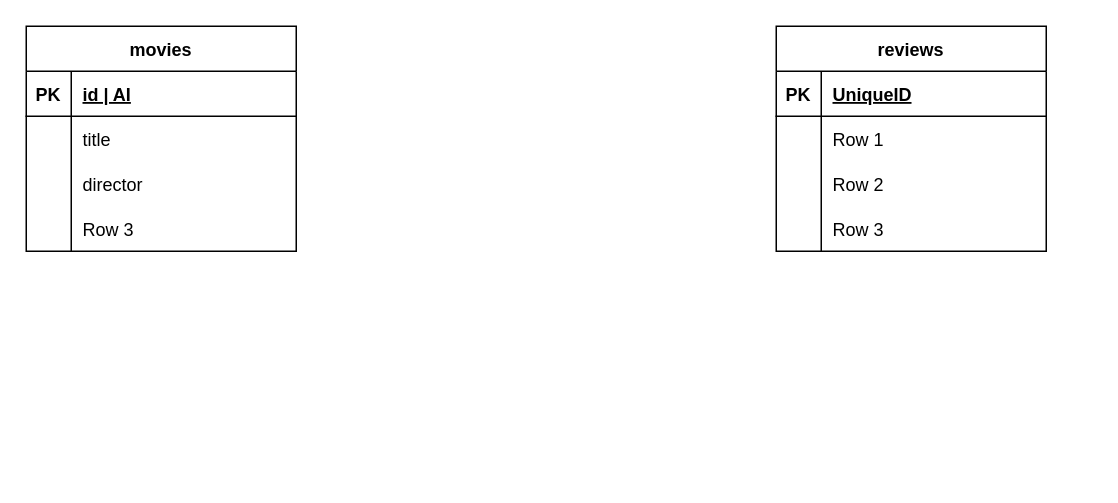
Alberto-Monaco/webapp-express keeps this draw.io diagram as schema.drawio. Above is the earlier version. Source tidied: cells renumbered, new cells numbered last; positions are measured from the earlier drawing's top-left corner, leaving out a move shared by most shapes. Both pictures are drawn from the tidied source at 150%, with x=0, y=0 at pixel (26, 26).
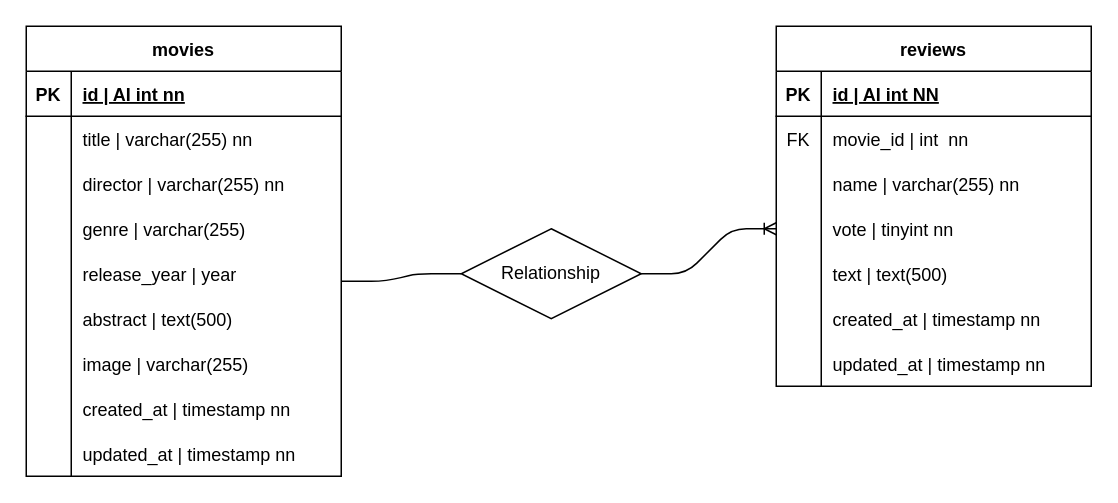
The same diagram, later.

Commit message (it also covers changes not shown here):
complete schema and add html with image

The edit, as a diff of the source:
```diff
@@
     <mxCell id="2" value="movies" style="shape=table;startSize=30;childLayout=tableLayout;rowLines=0;fontStyle=1;align=center;" parent="1" vertex="1">
-      <mxGeometry width="180" height="150" as="geometry" />
+      <mxGeometry width="210" height="300" as="geometry" />
     </mxCell>
     <mxCell id="3" style="shape=tableRow;horizontal=0;startSize=0;swimlaneHead=0;swimlaneBody=0;fillColor=none;top=0;left=0;right=0;bottom=1;" parent="2" vertex="1">
-      <mxGeometry y="30" width="180" height="30" as="geometry" />
+      <mxGeometry y="30" width="210" height="30" as="geometry" />
     </mxCell>
@@
-    <mxCell id="5" value="id | AI" style="shape=partialRectangle;fillColor=none;top=0;left=0;bottom=0;right=0;align=left;spacingLeft=6;fontStyle=5;overflow=hidden;" parent="3" vertex="1">
-      <mxGeometry x="30" width="150" height="30" as="geometry" />
+    <mxCell id="5" value="id | AI int nn" style="shape=partialRectangle;fillColor=none;top=0;left=0;bottom=0;right=0;align=left;spacingLeft=6;fontStyle=5;overflow=hidden;" parent="3" vertex="1">
+      <mxGeometry x="30" width="180" height="30" as="geometry" />
     </mxCell>
     <mxCell id="6" style="shape=tableRow;horizontal=0;startSize=0;swimlaneHead=0;swimlaneBody=0;fillColor=none;top=0;left=0;right=0;bottom=0;" parent="2" vertex="1">
-      <mxGeometry y="60" width="180" height="30" as="geometry" />
+      <mxGeometry y="60" width="210" height="30" as="geometry" />
     </mxCell>
@@
-    <mxCell id="8" value="title" style="shape=partialRectangle;fillColor=none;top=0;left=0;bottom=0;right=0;align=left;spacingLeft=6;overflow=hidden;" parent="6" vertex="1">
-      <mxGeometry x="30" width="150" height="30" as="geometry" />
+    <mxCell id="8" value="title | varchar(255) nn" style="shape=partialRectangle;fillColor=none;top=0;left=0;bottom=0;right=0;align=left;spacingLeft=6;overflow=hidden;" parent="6" vertex="1">
+      <mxGeometry x="30" width="180" height="30" as="geometry" />
     </mxCell>
     <mxCell id="9" style="shape=tableRow;horizontal=0;startSize=0;swimlaneHead=0;swimlaneBody=0;fillColor=none;top=0;left=0;right=0;bottom=0;" parent="2" vertex="1">
-      <mxGeometry y="90" width="180" height="30" as="geometry" />
+      <mxGeometry y="90" width="210" height="30" as="geometry" />
     </mxCell>
@@
-    <mxCell id="11" value="director" style="shape=partialRectangle;fillColor=none;top=0;left=0;bottom=0;right=0;align=left;spacingLeft=6;overflow=hidden;" parent="9" vertex="1">
-      <mxGeometry x="30" width="150" height="30" as="geometry" />
+    <mxCell id="11" value="director | varchar(255) nn" style="shape=partialRectangle;fillColor=none;top=0;left=0;bottom=0;right=0;align=left;spacingLeft=6;overflow=hidden;" parent="9" vertex="1">
+      <mxGeometry x="30" width="180" height="30" as="geometry" />
     </mxCell>
     <mxCell id="12" style="shape=tableRow;horizontal=0;startSize=0;swimlaneHead=0;swimlaneBody=0;fillColor=none;top=0;left=0;right=0;bottom=0;" parent="2" vertex="1">
-      <mxGeometry y="120" width="180" height="30" as="geometry" />
+      <mxGeometry y="120" width="210" height="30" as="geometry" />
     </mxCell>
@@
-    <mxCell id="14" value="Row 3" style="shape=partialRectangle;fillColor=none;top=0;left=0;bottom=0;right=0;align=left;spacingLeft=6;overflow=hidden;" parent="12" vertex="1">
-      <mxGeometry x="30" width="150" height="30" as="geometry" />
+    <mxCell id="14" value="genre | varchar(255)" style="shape=partialRectangle;fillColor=none;top=0;left=0;bottom=0;right=0;align=left;spacingLeft=6;overflow=hidden;" parent="12" vertex="1">
+      <mxGeometry x="30" width="180" height="30" as="geometry" />
     </mxCell>
+    <mxCell id="28" style="shape=tableRow;horizontal=0;startSize=0;swimlaneHead=0;swimlaneBody=0;fillColor=none;top=0;left=0;right=0;bottom=0;" parent="2" vertex="1">
+      <mxGeometry y="150" width="210" height="30" as="geometry" />
+    </mxCell>
+    <mxCell id="29" style="shape=partialRectangle;fillColor=none;top=0;left=0;bottom=0;right=0;overflow=hidden;" parent="28" vertex="1">
+      <mxGeometry width="30" height="30" as="geometry" />
+    </mxCell>
+    <mxCell id="30" value="release_year | year" style="shape=partialRectangle;fillColor=none;top=0;left=0;bottom=0;right=0;align=left;spacingLeft=6;overflow=hidden;" parent="28" vertex="1">
+      <mxGeometry x="30" width="180" height="30" as="geometry" />
+    </mxCell>
+    <mxCell id="31" style="shape=tableRow;horizontal=0;startSize=0;swimlaneHead=0;swimlaneBody=0;fillColor=none;top=0;left=0;right=0;bottom=0;" parent="2" vertex="1">
+      <mxGeometry y="180" width="210" height="30" as="geometry" />
+    </mxCell>
+    <mxCell id="32" style="shape=partialRectangle;fillColor=none;top=0;left=0;bottom=0;right=0;overflow=hidden;" parent="31" vertex="1">
+      <mxGeometry width="30" height="30" as="geometry" />
+    </mxCell>
+    <mxCell id="33" value="abstract | text(500)" style="shape=partialRectangle;fillColor=none;top=0;left=0;bottom=0;right=0;align=left;spacingLeft=6;overflow=hidden;" parent="31" vertex="1">
+      <mxGeometry x="30" width="180" height="30" as="geometry" />
+    </mxCell>
+    <mxCell id="34" style="shape=tableRow;horizontal=0;startSize=0;swimlaneHead=0;swimlaneBody=0;fillColor=none;top=0;left=0;right=0;bottom=0;" parent="2" vertex="1">
+      <mxGeometry y="210" width="210" height="30" as="geometry" />
+    </mxCell>
+    <mxCell id="35" style="shape=partialRectangle;fillColor=none;top=0;left=0;bottom=0;right=0;overflow=hidden;" parent="34" vertex="1">
+      <mxGeometry width="30" height="30" as="geometry" />
+    </mxCell>
+    <mxCell id="36" value="image | varchar(255)" style="shape=partialRectangle;fillColor=none;top=0;left=0;bottom=0;right=0;align=left;spacingLeft=6;overflow=hidden;" parent="34" vertex="1">
+      <mxGeometry x="30" width="180" height="30" as="geometry" />
+    </mxCell>
+    <mxCell id="37" style="shape=tableRow;horizontal=0;startSize=0;swimlaneHead=0;swimlaneBody=0;fillColor=none;top=0;left=0;right=0;bottom=0;" parent="2" vertex="1">
+      <mxGeometry y="240" width="210" height="30" as="geometry" />
+    </mxCell>
+    <mxCell id="38" style="shape=partialRectangle;fillColor=none;top=0;left=0;bottom=0;right=0;overflow=hidden;" parent="37" vertex="1">
+      <mxGeometry width="30" height="30" as="geometry" />
+    </mxCell>
+    <mxCell id="39" value="created_at | timestamp nn" style="shape=partialRectangle;fillColor=none;top=0;left=0;bottom=0;right=0;align=left;spacingLeft=6;overflow=hidden;" parent="37" vertex="1">
+      <mxGeometry x="30" width="180" height="30" as="geometry" />
+    </mxCell>
+    <mxCell id="40" style="shape=tableRow;horizontal=0;startSize=0;swimlaneHead=0;swimlaneBody=0;fillColor=none;top=0;left=0;right=0;bottom=0;" parent="2" vertex="1">
+      <mxGeometry y="270" width="210" height="30" as="geometry" />
+    </mxCell>
+    <mxCell id="41" style="shape=partialRectangle;fillColor=none;top=0;left=0;bottom=0;right=0;overflow=hidden;" parent="40" vertex="1">
+      <mxGeometry width="30" height="30" as="geometry" />
+    </mxCell>
+    <mxCell id="42" value="updated_at | timestamp nn" style="shape=partialRectangle;fillColor=none;top=0;left=0;bottom=0;right=0;align=left;spacingLeft=6;overflow=hidden;" parent="40" vertex="1">
+      <mxGeometry x="30" width="180" height="30" as="geometry" />
+    </mxCell>
     <mxCell id="15" value="reviews" style="shape=table;startSize=30;childLayout=tableLayout;rowLines=0;fontStyle=1;align=center;" parent="1" vertex="1">
-      <mxGeometry x="500" width="180" height="150" as="geometry" />
+      <mxGeometry x="500" width="210" height="240" as="geometry" />
     </mxCell>
     <mxCell id="16" style="shape=tableRow;horizontal=0;startSize=0;swimlaneHead=0;swimlaneBody=0;fillColor=none;top=0;left=0;right=0;bottom=1;" parent="15" vertex="1">
-      <mxGeometry y="30" width="180" height="30" as="geometry" />
+      <mxGeometry y="30" width="210" height="30" as="geometry" />
     </mxCell>
@@
-    <mxCell id="18" value="UniqueID" style="shape=partialRectangle;fillColor=none;top=0;left=0;bottom=0;right=0;align=left;spacingLeft=6;fontStyle=5;overflow=hidden;" parent="16" vertex="1">
-      <mxGeometry x="30" width="150" height="30" as="geometry" />
+    <mxCell id="18" value="id | AI int NN" style="shape=partialRectangle;fillColor=none;top=0;left=0;bottom=0;right=0;align=left;spacingLeft=6;fontStyle=5;overflow=hidden;" parent="16" vertex="1">
+      <mxGeometry x="30" width="180" height="30" as="geometry" />
     </mxCell>
     <mxCell id="19" style="shape=tableRow;horizontal=0;startSize=0;swimlaneHead=0;swimlaneBody=0;fillColor=none;top=0;left=0;right=0;bottom=0;" parent="15" vertex="1">
-      <mxGeometry y="60" width="180" height="30" as="geometry" />
+      <mxGeometry y="60" width="210" height="30" as="geometry" />
     </mxCell>
-    <mxCell id="20" style="shape=partialRectangle;fillColor=none;top=0;left=0;bottom=0;right=0;overflow=hidden;" parent="19" vertex="1">
+    <mxCell id="20" value="FK" style="shape=partialRectangle;fillColor=none;top=0;left=0;bottom=0;right=0;overflow=hidden;" parent="19" vertex="1">
       <mxGeometry width="30" height="30" as="geometry" />
     </mxCell>
-    <mxCell id="21" value="Row 1" style="shape=partialRectangle;fillColor=none;top=0;left=0;bottom=0;right=0;align=left;spacingLeft=6;overflow=hidden;" parent="19" vertex="1">
-      <mxGeometry x="30" width="150" height="30" as="geometry" />
+    <mxCell id="21" value="movie_id | int  nn" style="shape=partialRectangle;fillColor=none;top=0;left=0;bottom=0;right=0;align=left;spacingLeft=6;overflow=hidden;" parent="19" vertex="1">
+      <mxGeometry x="30" width="180" height="30" as="geometry" />
     </mxCell>
     <mxCell id="22" style="shape=tableRow;horizontal=0;startSize=0;swimlaneHead=0;swimlaneBody=0;fillColor=none;top=0;left=0;right=0;bottom=0;" parent="15" vertex="1">
-      <mxGeometry y="90" width="180" height="30" as="geometry" />
+      <mxGeometry y="90" width="210" height="30" as="geometry" />
     </mxCell>
@@
-    <mxCell id="24" value="Row 2" style="shape=partialRectangle;fillColor=none;top=0;left=0;bottom=0;right=0;align=left;spacingLeft=6;overflow=hidden;" parent="22" vertex="1">
-      <mxGeometry x="30" width="150" height="30" as="geometry" />
+    <mxCell id="24" value="name | varchar(255) nn" style="shape=partialRectangle;fillColor=none;top=0;left=0;bottom=0;right=0;align=left;spacingLeft=6;overflow=hidden;" parent="22" vertex="1">
+      <mxGeometry x="30" width="180" height="30" as="geometry" />
     </mxCell>
     <mxCell id="25" style="shape=tableRow;horizontal=0;startSize=0;swimlaneHead=0;swimlaneBody=0;fillColor=none;points=[[0,0.5],[1,0.5]];portConstraint=eastwest;top=0;left=0;right=0;bottom=0;" parent="15" vertex="1">
-      <mxGeometry y="120" width="180" height="30" as="geometry" />
+      <mxGeometry y="120" width="210" height="30" as="geometry" />
     </mxCell>
@@
-    <mxCell id="27" value="Row 3" style="shape=partialRectangle;fillColor=none;top=0;left=0;bottom=0;right=0;align=left;spacingLeft=6;overflow=hidden;" parent="25" vertex="1">
-      <mxGeometry x="30" width="150" height="30" as="geometry" />
+    <mxCell id="27" value="vote | tinyint nn" style="shape=partialRectangle;fillColor=none;top=0;left=0;bottom=0;right=0;align=left;spacingLeft=6;overflow=hidden;" parent="25" vertex="1">
+      <mxGeometry x="30" width="180" height="30" as="geometry" />
     </mxCell>
+    <mxCell id="43" style="shape=tableRow;horizontal=0;startSize=0;swimlaneHead=0;swimlaneBody=0;fillColor=none;top=0;left=0;right=0;bottom=0;" parent="15" vertex="1">
+      <mxGeometry y="150" width="210" height="30" as="geometry" />
+    </mxCell>
+    <mxCell id="44" style="shape=partialRectangle;fillColor=none;top=0;left=0;bottom=0;right=0;overflow=hidden;" parent="43" vertex="1">
+      <mxGeometry width="30" height="30" as="geometry" />
+    </mxCell>
+    <mxCell id="45" value="text | text(500)" style="shape=partialRectangle;fillColor=none;top=0;left=0;bottom=0;right=0;align=left;spacingLeft=6;overflow=hidden;" parent="43" vertex="1">
+      <mxGeometry x="30" width="180" height="30" as="geometry" />
+    </mxCell>
+    <mxCell id="46" style="shape=tableRow;horizontal=0;startSize=0;swimlaneHead=0;swimlaneBody=0;fillColor=none;top=0;left=0;right=0;bottom=0;" parent="15" vertex="1">
+      <mxGeometry y="180" width="210" height="30" as="geometry" />
+    </mxCell>
+    <mxCell id="47" style="shape=partialRectangle;fillColor=none;top=0;left=0;bottom=0;right=0;overflow=hidden;" parent="46" vertex="1">
+      <mxGeometry width="30" height="30" as="geometry" />
+    </mxCell>
+    <mxCell id="48" value="created_at | timestamp nn" style="shape=partialRectangle;fillColor=none;top=0;left=0;bottom=0;right=0;align=left;spacingLeft=6;overflow=hidden;" parent="46" vertex="1">
+      <mxGeometry x="30" width="180" height="30" as="geometry" />
+    </mxCell>
+    <mxCell id="49" style="shape=tableRow;horizontal=0;startSize=0;swimlaneHead=0;swimlaneBody=0;fillColor=none;top=0;left=0;right=0;bottom=0;" parent="15" vertex="1">
+      <mxGeometry y="210" width="210" height="30" as="geometry" />
+    </mxCell>
+    <mxCell id="50" style="shape=partialRectangle;fillColor=none;top=0;left=0;bottom=0;right=0;overflow=hidden;" parent="49" vertex="1">
+      <mxGeometry width="30" height="30" as="geometry" />
+    </mxCell>
+    <mxCell id="51" value="updated_at | timestamp nn" style="shape=partialRectangle;fillColor=none;top=0;left=0;bottom=0;right=0;align=left;spacingLeft=6;overflow=hidden;" parent="49" vertex="1">
+      <mxGeometry x="30" width="180" height="30" as="geometry" />
+    </mxCell>
+    <mxCell id="52" style="edgeStyle=entityRelationEdgeStyle;fontSize=12;html=1;endArrow=ERoneToMany;exitX=1;exitY=0.5;exitDx=0;exitDy=0;entryX=0;entryY=0.5;entryDx=0;entryDy=0;startArrow=none;" parent="1" edge="1" source="54" target="25">
+      <mxGeometry relative="1" as="geometry" />
+    </mxCell>
+    <mxCell id="53" style="edgeStyle=entityRelationEdgeStyle;fontSize=12;html=1;endArrow=none;entryX=0;entryY=0.5;entryDx=0;entryDy=0;" parent="1" edge="1" target="54">
+      <mxGeometry relative="1" as="geometry">
+        <mxPoint x="210" y="170" as="sourcePoint" />
+      </mxGeometry>
+    </mxCell>
+    <mxCell id="54" value="Relationship" style="shape=rhombus;perimeter=rhombusPerimeter;whiteSpace=wrap;html=1;align=center;" parent="1" vertex="1">
+      <mxGeometry x="290" y="135" width="120" height="60" as="geometry" />
+    </mxCell>
```
